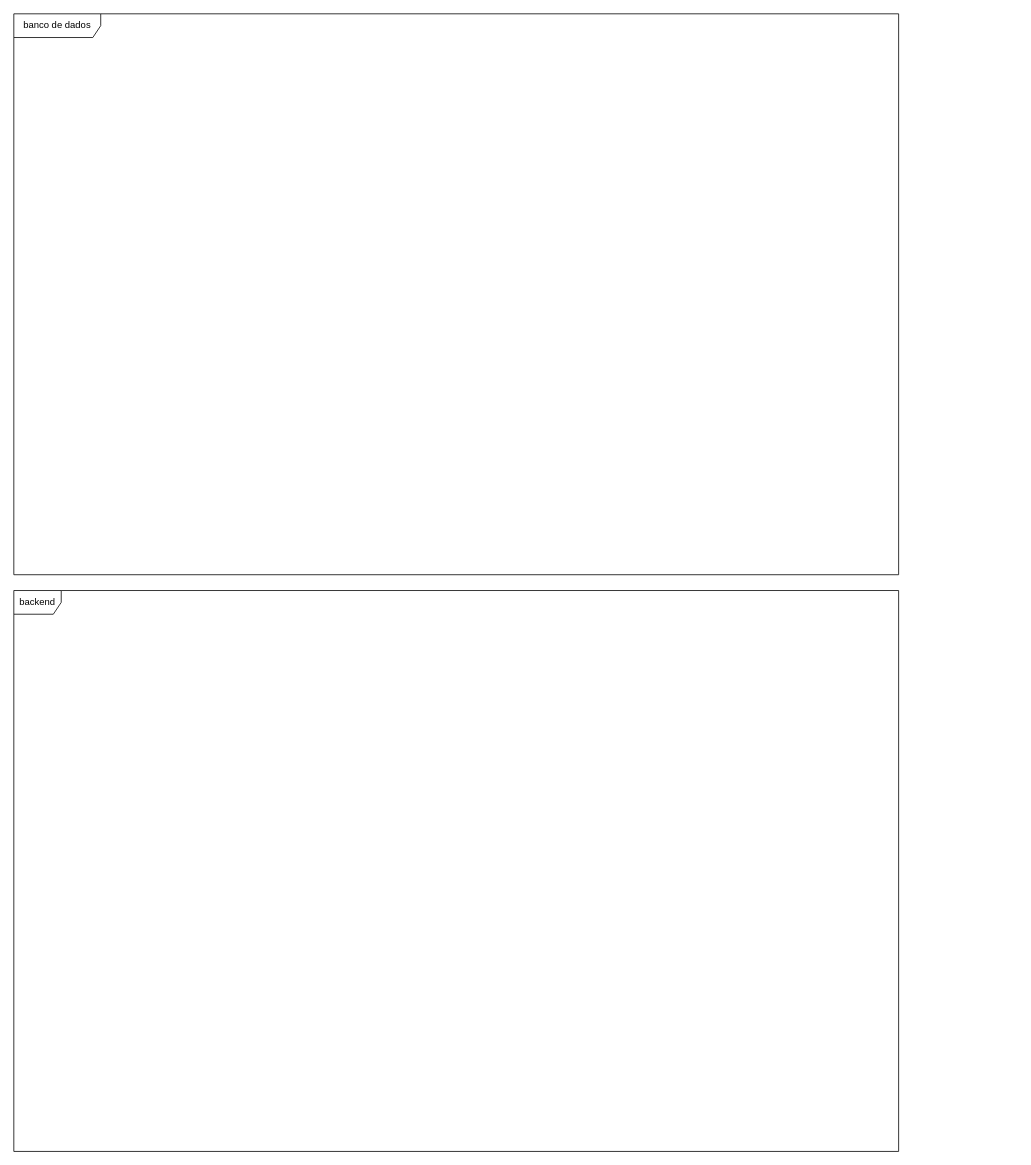
Before: page "EQ3" (3 of 8) of equipes.drawio in hannaBanannaOF/entra21-git-inicio, a draw.io diagram. Source tidied: cells renumbered, new cells numbered last; positions are measured from the earlier drawing's top-left corner, leaving out a move shared by most shapes. Both pictures are drawn from the tidied source at 79%, with x=0, y=0 at pixel (13, 13).
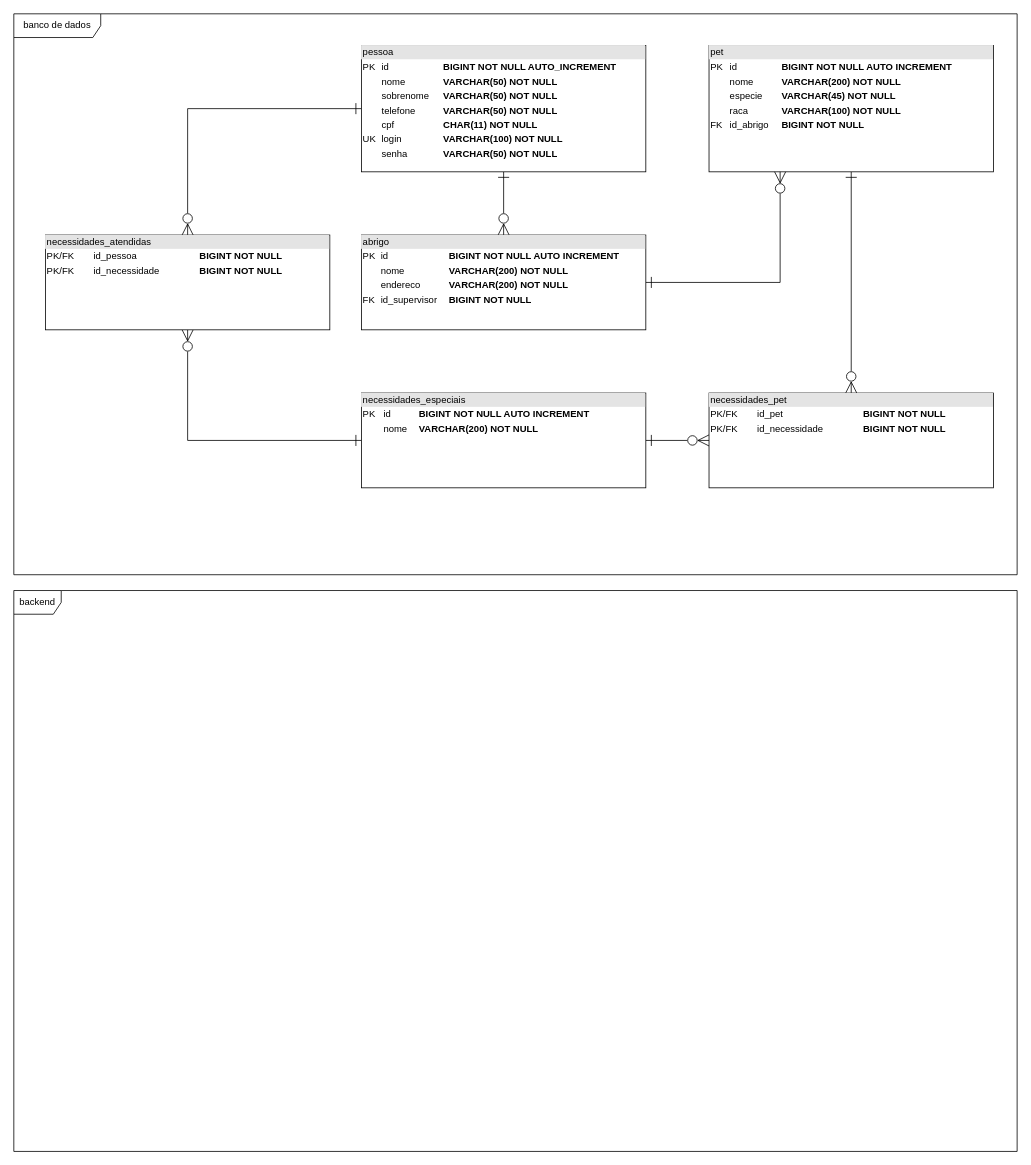
Above is the later version.

The edit, as a diff of the source:
```diff
@@
 <mxGraphModel>
   <root>
     <mxCell id="0" />
     <mxCell id="1" parent="0" />
     <mxCell id="2" value="banco de dados" style="shape=umlFrame;whiteSpace=wrap;html=1;width=110;height=30;" parent="1" vertex="1">
-      <mxGeometry width="1120" height="710" as="geometry" />
+      <mxGeometry width="1270" height="710" as="geometry" />
     </mxCell>
     <mxCell id="3" value="backend" style="shape=umlFrame;whiteSpace=wrap;html=1;" parent="1" vertex="1">
-      <mxGeometry y="730" width="1120" height="710" as="geometry" />
+      <mxGeometry y="730" width="1270" height="710" as="geometry" />
     </mxCell>
+    <mxCell id="4" style="edgeStyle=orthogonalEdgeStyle;rounded=0;jettySize=auto;html=1;exitX=0.5;exitY=1;exitDx=0;exitDy=0;entryX=0.5;entryY=0;entryDx=0;entryDy=0;startArrow=ERone;startFill=0;endArrow=ERzeroToMany;endFill=0;startSize=12;endSize=12;" parent="1" edge="1" source="6" target="10">
+      <mxGeometry relative="1" as="geometry" />
+    </mxCell>
+    <mxCell id="5" style="edgeStyle=orthogonalEdgeStyle;rounded=0;jettySize=auto;html=1;exitX=0;exitY=0.5;exitDx=0;exitDy=0;entryX=0.5;entryY=0;entryDx=0;entryDy=0;startArrow=ERone;startFill=0;endArrow=ERzeroToMany;endFill=0;startSize=12;endSize=12;" parent="1" edge="1" source="6" target="14">
+      <mxGeometry relative="1" as="geometry" />
+    </mxCell>
+    <mxCell id="6" value="&lt;div style=&quot;box-sizing:border-box;width:100%;background:#e4e4e4;padding:2px;&quot;&gt;pessoa&lt;/div&gt;&lt;table style=&quot;width:100%;font-size:1em;&quot; cellpadding=&quot;2&quot; cellspacing=&quot;0&quot;&gt;&lt;tbody&gt;&lt;tr&gt;&lt;td&gt;PK&lt;/td&gt;&lt;td&gt;id&amp;nbsp;&lt;/td&gt;&lt;td&gt;&lt;b&gt;BIGINT&amp;nbsp;NOT NULL AUTO_INCREMENT&lt;/b&gt;&lt;br&gt;&lt;/td&gt;&lt;/tr&gt;&lt;tr&gt;&lt;td&gt;&lt;br&gt;&lt;/td&gt;&lt;td&gt;nome&amp;nbsp;&lt;br&gt;&lt;/td&gt;&lt;td&gt;&lt;b&gt;VARCHAR(50) NOT NULL&lt;/b&gt;&lt;br&gt;&lt;/td&gt;&lt;/tr&gt;&lt;tr&gt;&lt;td&gt;&lt;br&gt;&lt;/td&gt;&lt;td&gt;sobrenome&amp;nbsp;&lt;br&gt;&lt;/td&gt;&lt;td&gt;&lt;b&gt;VARCHAR(50) NOT NULL&lt;/b&gt;&lt;br&gt;&lt;/td&gt;&lt;/tr&gt;&lt;tr&gt;&lt;td&gt;&lt;br&gt;&lt;/td&gt;&lt;td&gt;telefone&lt;/td&gt;&lt;td&gt;&lt;b&gt;VARCHAR(50) NOT NULL&lt;/b&gt;&lt;/td&gt;&lt;/tr&gt;&lt;tr&gt;&lt;td&gt;&lt;br&gt;&lt;/td&gt;&lt;td&gt;cpf&lt;/td&gt;&lt;td&gt;&lt;b&gt;CHAR(11) NOT NULL&lt;/b&gt;&lt;/td&gt;&lt;/tr&gt;&lt;tr&gt;&lt;td&gt;UK&lt;/td&gt;&lt;td&gt;login&lt;/td&gt;&lt;td&gt;&lt;b&gt;VARCHAR(100) NOT NULL&lt;/b&gt;&lt;/td&gt;&lt;/tr&gt;&lt;tr&gt;&lt;td&gt;&lt;br&gt;&lt;/td&gt;&lt;td&gt;senha&lt;/td&gt;&lt;td&gt;&lt;b&gt;VARCHAR(50) NOT NULL&lt;/b&gt;&lt;/td&gt;&lt;/tr&gt;&lt;/tbody&gt;&lt;/table&gt;" style="verticalAlign=top;align=left;overflow=fill;html=1;" parent="1" vertex="1">
+      <mxGeometry x="440" y="40" width="360" height="160" as="geometry" />
+    </mxCell>
+    <mxCell id="7" style="edgeStyle=orthogonalEdgeStyle;rounded=0;jettySize=auto;html=1;exitX=0.5;exitY=1;exitDx=0;exitDy=0;entryX=0.5;entryY=0;entryDx=0;entryDy=0;startArrow=ERone;startFill=0;endArrow=ERzeroToMany;endFill=0;startSize=12;endSize=12;" parent="1" edge="1" source="8" target="15">
+      <mxGeometry relative="1" as="geometry" />
+    </mxCell>
+    <mxCell id="8" value="&lt;div style=&quot;box-sizing:border-box;width:100%;background:#e4e4e4;padding:2px;&quot;&gt;pet&lt;/div&gt;&lt;table style=&quot;width:100%;font-size:1em;&quot; cellpadding=&quot;2&quot; cellspacing=&quot;0&quot;&gt;&lt;tbody&gt;&lt;tr&gt;&lt;td&gt;PK&lt;/td&gt;&lt;td&gt;id&lt;/td&gt;&lt;td&gt;&lt;b&gt;BIGINT&lt;/b&gt;&amp;nbsp;&lt;b&gt;NOT NULL AUTO INCREMENT&lt;/b&gt;&lt;br&gt;&lt;/td&gt;&lt;/tr&gt;&lt;tr&gt;&lt;td&gt;&lt;br&gt;&lt;/td&gt;&lt;td&gt;nome&lt;/td&gt;&lt;td&gt;&lt;b&gt;VARCHAR(200) NOT NULL&lt;/b&gt;&lt;/td&gt;&lt;/tr&gt;&lt;tr&gt;&lt;td&gt;&lt;br&gt;&lt;/td&gt;&lt;td&gt;especie&lt;/td&gt;&lt;td&gt;&lt;b&gt;VARCHAR(45) NOT NULL&lt;/b&gt;&lt;/td&gt;&lt;/tr&gt;&lt;tr&gt;&lt;td&gt;&lt;br&gt;&lt;/td&gt;&lt;td&gt;raca&lt;/td&gt;&lt;td&gt;&lt;b&gt;VARCHAR(100) NOT NULL&lt;/b&gt;&lt;/td&gt;&lt;/tr&gt;&lt;tr&gt;&lt;td&gt;FK&lt;/td&gt;&lt;td&gt;id_abrigo&lt;/td&gt;&lt;td&gt;&lt;b&gt;BIGINT NOT NULL&lt;/b&gt;&lt;/td&gt;&lt;/tr&gt;&lt;/tbody&gt;&lt;/table&gt;" style="verticalAlign=top;align=left;overflow=fill;html=1;" parent="1" vertex="1">
+      <mxGeometry x="880" y="40" width="360" height="160" as="geometry" />
+    </mxCell>
+    <mxCell id="9" style="edgeStyle=orthogonalEdgeStyle;rounded=0;jettySize=auto;html=1;exitX=1;exitY=0.5;exitDx=0;exitDy=0;entryX=0.25;entryY=1;entryDx=0;entryDy=0;startArrow=ERone;startFill=0;endArrow=ERzeroToMany;endFill=0;startSize=12;endSize=12;" parent="1" edge="1" source="10" target="8">
+      <mxGeometry relative="1" as="geometry" />
+    </mxCell>
+    <mxCell id="10" value="&lt;div style=&quot;box-sizing:border-box;width:100%;background:#e4e4e4;padding:2px;&quot;&gt;abrigo&lt;/div&gt;&lt;table style=&quot;width:100%;font-size:1em;&quot; cellpadding=&quot;2&quot; cellspacing=&quot;0&quot;&gt;&lt;tbody&gt;&lt;tr&gt;&lt;td&gt;PK&lt;/td&gt;&lt;td&gt;id&lt;/td&gt;&lt;td&gt;&lt;b&gt;BIGINT&lt;/b&gt;&amp;nbsp;&lt;b&gt;NOT NULL AUTO INCREMENT&lt;/b&gt;&lt;br&gt;&lt;/td&gt;&lt;/tr&gt;&lt;tr&gt;&lt;td&gt;&lt;br&gt;&lt;/td&gt;&lt;td&gt;nome&lt;/td&gt;&lt;td&gt;&lt;b&gt;VARCHAR(200) NOT NULL&lt;/b&gt;&lt;/td&gt;&lt;/tr&gt;&lt;tr&gt;&lt;td&gt;&lt;br&gt;&lt;/td&gt;&lt;td&gt;endereco&lt;/td&gt;&lt;td&gt;&lt;b&gt;VARCHAR(200) NOT NULL&lt;/b&gt;&lt;/td&gt;&lt;/tr&gt;&lt;tr&gt;&lt;td&gt;FK&lt;/td&gt;&lt;td&gt;id_supervisor&lt;/td&gt;&lt;td&gt;&lt;b&gt;BIGINT NOT NULL&lt;/b&gt;&lt;/td&gt;&lt;/tr&gt;&lt;/tbody&gt;&lt;/table&gt;" style="verticalAlign=top;align=left;overflow=fill;html=1;" parent="1" vertex="1">
+      <mxGeometry x="440" y="280" width="360" height="120" as="geometry" />
+    </mxCell>
+    <mxCell id="11" style="edgeStyle=orthogonalEdgeStyle;rounded=0;jettySize=auto;html=1;exitX=0;exitY=0.5;exitDx=0;exitDy=0;entryX=0.5;entryY=1;entryDx=0;entryDy=0;startArrow=ERone;startFill=0;endArrow=ERzeroToMany;endFill=0;startSize=12;endSize=12;" parent="1" edge="1" source="13" target="14">
+      <mxGeometry relative="1" as="geometry" />
+    </mxCell>
+    <mxCell id="12" style="edgeStyle=orthogonalEdgeStyle;rounded=0;jettySize=auto;html=1;exitX=1;exitY=0.5;exitDx=0;exitDy=0;entryX=0;entryY=0.5;entryDx=0;entryDy=0;startArrow=ERone;startFill=0;endArrow=ERzeroToMany;endFill=0;startSize=12;endSize=12;" parent="1" edge="1" source="13" target="15">
+      <mxGeometry relative="1" as="geometry" />
+    </mxCell>
+    <mxCell id="13" value="&lt;div style=&quot;box-sizing:border-box;width:100%;background:#e4e4e4;padding:2px;&quot;&gt;necessidades_especiais&lt;/div&gt;&lt;table style=&quot;width:100%;font-size:1em;&quot; cellpadding=&quot;2&quot; cellspacing=&quot;0&quot;&gt;&lt;tbody&gt;&lt;tr&gt;&lt;td&gt;PK&lt;/td&gt;&lt;td&gt;id&lt;/td&gt;&lt;td&gt;&lt;b&gt;BIGINT&lt;/b&gt;&amp;nbsp;&lt;b&gt;NOT NULL AUTO INCREMENT&lt;/b&gt;&lt;br&gt;&lt;/td&gt;&lt;/tr&gt;&lt;tr&gt;&lt;td&gt;&lt;br&gt;&lt;/td&gt;&lt;td&gt;nome&lt;/td&gt;&lt;td&gt;&lt;b&gt;VARCHAR(200) NOT NULL&lt;/b&gt;&lt;/td&gt;&lt;/tr&gt;&lt;/tbody&gt;&lt;/table&gt;" style="verticalAlign=top;align=left;overflow=fill;html=1;" parent="1" vertex="1">
+      <mxGeometry x="440" y="480" width="360" height="120" as="geometry" />
+    </mxCell>
+    <mxCell id="14" value="&lt;div style=&quot;box-sizing:border-box;width:100%;background:#e4e4e4;padding:2px;&quot;&gt;necessidades_atendidas&lt;/div&gt;&lt;table style=&quot;width:100%;font-size:1em;&quot; cellpadding=&quot;2&quot; cellspacing=&quot;0&quot;&gt;&lt;tbody&gt;&lt;tr&gt;&lt;td&gt;PK/FK&lt;/td&gt;&lt;td&gt;id_pessoa&lt;/td&gt;&lt;td&gt;&lt;b&gt;BIGINT&lt;/b&gt;&amp;nbsp;&lt;b&gt;NOT NULL&lt;/b&gt;&lt;br&gt;&lt;/td&gt;&lt;/tr&gt;&lt;tr&gt;&lt;td&gt;PK/FK&lt;/td&gt;&lt;td&gt;id_necessidade&lt;/td&gt;&lt;td&gt;&lt;b&gt;BIGINT NOT NULL&lt;/b&gt;&lt;/td&gt;&lt;/tr&gt;&lt;/tbody&gt;&lt;/table&gt;" style="verticalAlign=top;align=left;overflow=fill;html=1;" parent="1" vertex="1">
+      <mxGeometry x="40" y="280" width="360" height="120" as="geometry" />
+    </mxCell>
+    <mxCell id="15" value="&lt;div style=&quot;box-sizing:border-box;width:100%;background:#e4e4e4;padding:2px;&quot;&gt;necessidades_pet&lt;/div&gt;&lt;table style=&quot;width:100%;font-size:1em;&quot; cellpadding=&quot;2&quot; cellspacing=&quot;0&quot;&gt;&lt;tbody&gt;&lt;tr&gt;&lt;td&gt;PK/FK&lt;/td&gt;&lt;td&gt;id_pet&lt;/td&gt;&lt;td&gt;&lt;b&gt;BIGINT&lt;/b&gt;&amp;nbsp;&lt;b&gt;NOT NULL&lt;/b&gt;&lt;br&gt;&lt;/td&gt;&lt;/tr&gt;&lt;tr&gt;&lt;td&gt;PK/FK&lt;/td&gt;&lt;td&gt;id_necessidade&lt;/td&gt;&lt;td&gt;&lt;b&gt;BIGINT NOT NULL&lt;/b&gt;&lt;/td&gt;&lt;/tr&gt;&lt;/tbody&gt;&lt;/table&gt;" style="verticalAlign=top;align=left;overflow=fill;html=1;" parent="1" vertex="1">
+      <mxGeometry x="880" y="480" width="360" height="120" as="geometry" />
+    </mxCell>
   </root>
 </mxGraphModel>
```
